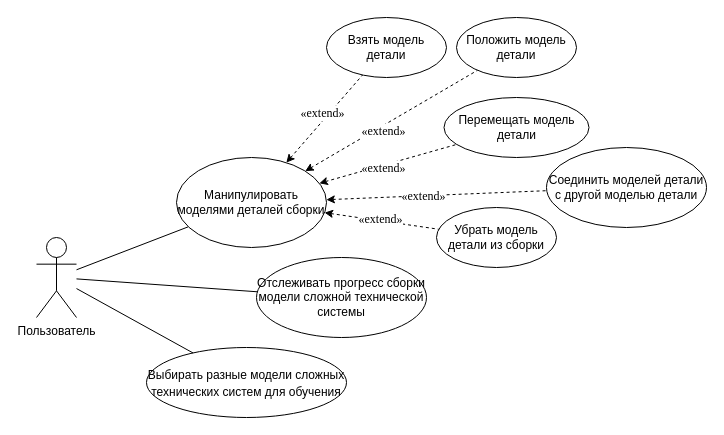
Earlier version of the draw.io diagram Diagrams/Use_Case_Diagram.drawio (Ambashadur/Construct). Source tidied: cells renumbered, new cells numbered last; positions are measured from the earlier drawing's top-left corner, leaving out a move shared by most shapes. Both pictures are drawn from the tidied source at 100%, with x=0, y=0 at pixel (36, 17).
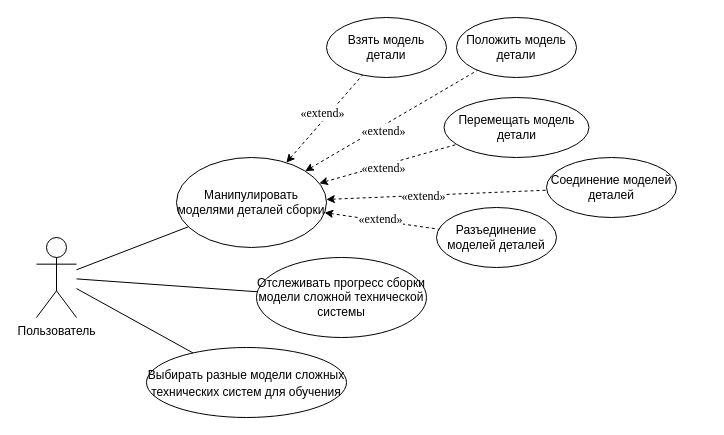
Above is the later version.

The edit, as a diff of the source:
```diff
@@
-    <mxCell id="12" value="Соединить моделей детали с другой моделью детали" style="ellipse;whiteSpace=wrap;html=1;" parent="1" vertex="1">
-      <mxGeometry x="510" y="130" width="160" height="80" as="geometry" />
+    <mxCell id="12" value="Соединение моделей деталей" style="ellipse;whiteSpace=wrap;html=1;" parent="1" vertex="1">
+      <mxGeometry x="510" y="140" width="130" height="60" as="geometry" />
     </mxCell>
-    <mxCell id="13" value="Убрать модель детали из сборки" style="ellipse;whiteSpace=wrap;html=1;" parent="1" vertex="1">
+    <mxCell id="13" value="Разъединение моделей деталей" style="ellipse;whiteSpace=wrap;html=1;" parent="1" vertex="1">
       <mxGeometry x="400" y="190" width="120" height="60" as="geometry" />
     </mxCell>
```
